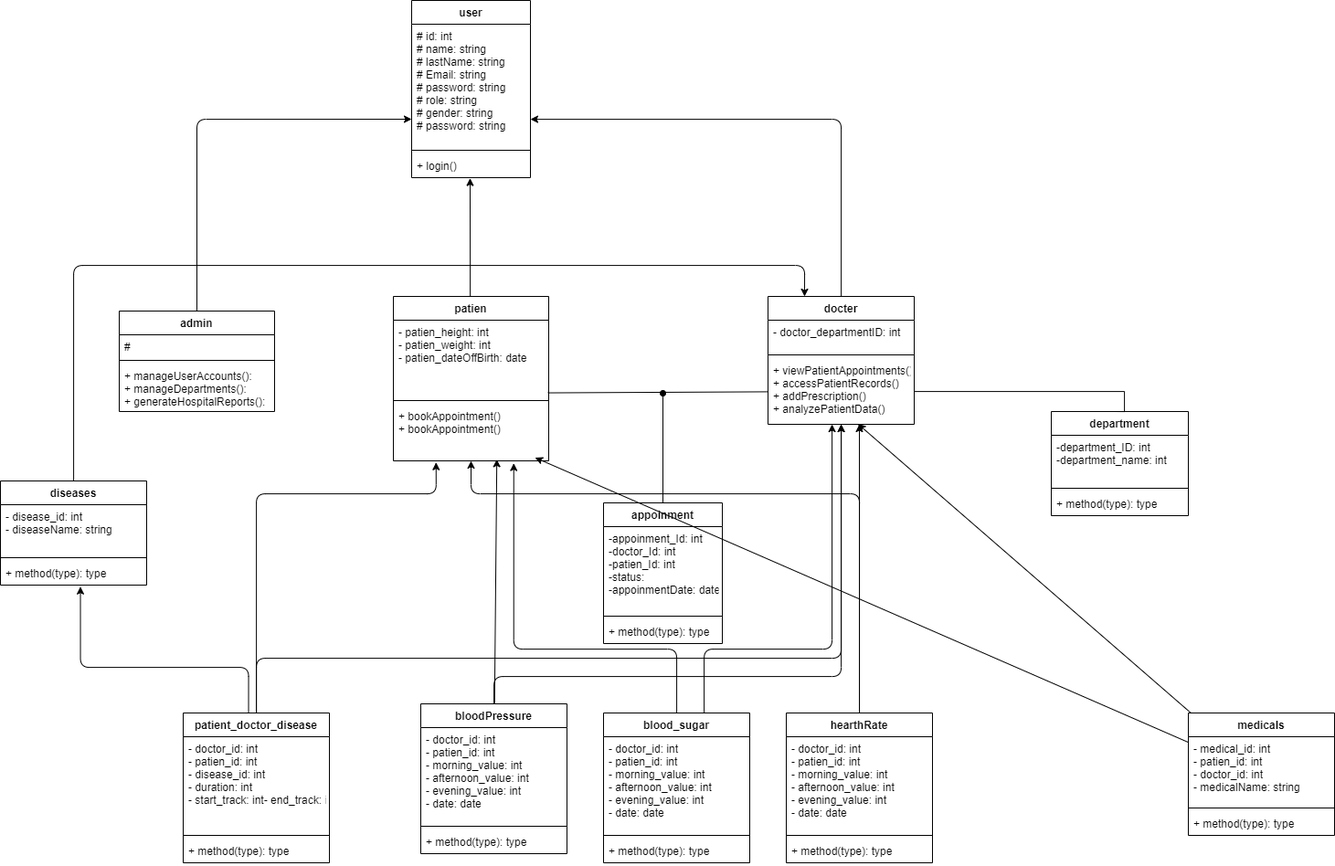
Earlier version of the draw.io export class.drawio.png (9asdaoui/HealthGate). Source tidied: cells renumbered, new cells last; positions are measured from the earlier drawing's top-left corner, leaving out a move shared by most shapes.
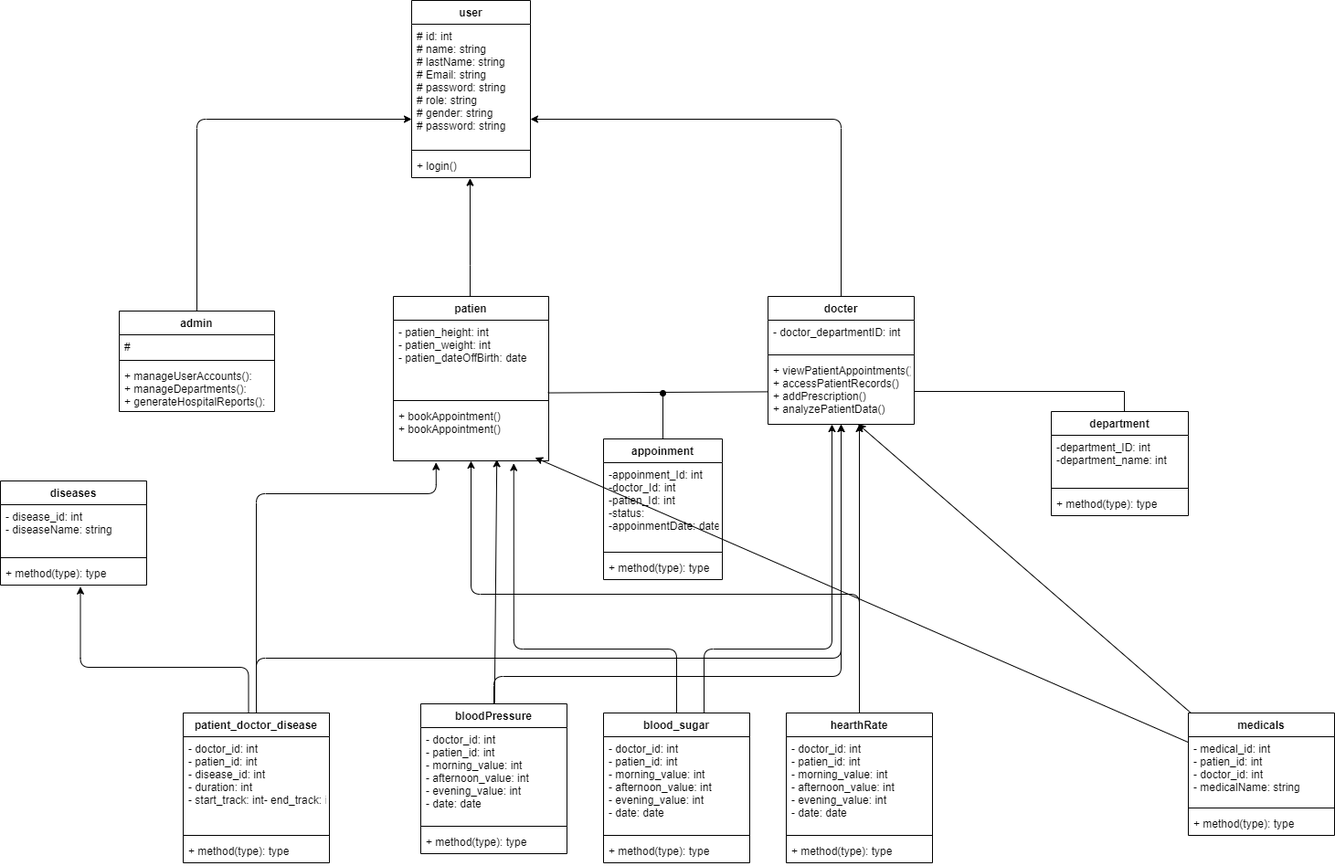
Later version of the same file.

Diff of the diagram source:
```diff
@@ -83,7 +83,7 @@
       </mxGeometry>
     </mxCell>
     <mxCell id="25" value="appoinment" style="swimlane;fontStyle=1;align=center;verticalAlign=top;horizontal=1;startSize=26;" parent="1" vertex="1">
-      <mxGeometry x="660" y="550" width="130" height="154" as="geometry" />
+      <mxGeometry x="660" y="480" width="130" height="154" as="geometry" />
     </mxCell>
     <mxCell id="26" value="-appoinment_Id: int&#10;-doctor_Id: int&#10;-patien_Id: int&#10;-status:&#10;-appoinmentDate: date&#10;" style="text;strokeColor=none;fillColor=none;align=left;verticalAlign=top;spacingLeft=4;spacingRight=4;overflow=hidden;" parent="25" vertex="1">
       <mxGeometry y="26" width="130" height="94" as="geometry" />
@@ -161,8 +161,8 @@
     <mxCell id="47" style="edgeStyle=orthogonalEdgeStyle;html=1;" parent="1" edge="1" source="48" target="19">
       <mxGeometry relative="1" as="geometry">
         <Array as="points">
-          <mxPoint x="940" y="540" />
-          <mxPoint x="515" y="540" />
+          <mxPoint x="940" y="650" />
+          <mxPoint x="515" y="650" />
         </Array>
       </mxGeometry>
     </mxCell>
@@ -259,13 +259,5 @@
     <mxCell id="66" style="edgeStyle=none;html=1;entryX=0.912;entryY=0.943;entryDx=0;entryDy=0;entryPerimeter=0;" parent="1" edge="1" source="38" target="19">
       <mxGeometry relative="1" as="geometry" />
     </mxCell>
-    <mxCell id="67" style="edgeStyle=orthogonalEdgeStyle;html=1;entryX=0.25;entryY=0;entryDx=0;entryDy=0;" parent="1" edge="1" source="29" target="12">
-      <mxGeometry relative="1" as="geometry">
-        <Array as="points">
-          <mxPoint x="80" y="290" />
-          <mxPoint x="880" y="290" />
-        </Array>
-      </mxGeometry>
-    </mxCell>
   </root>
 </mxGraphModel>
```
